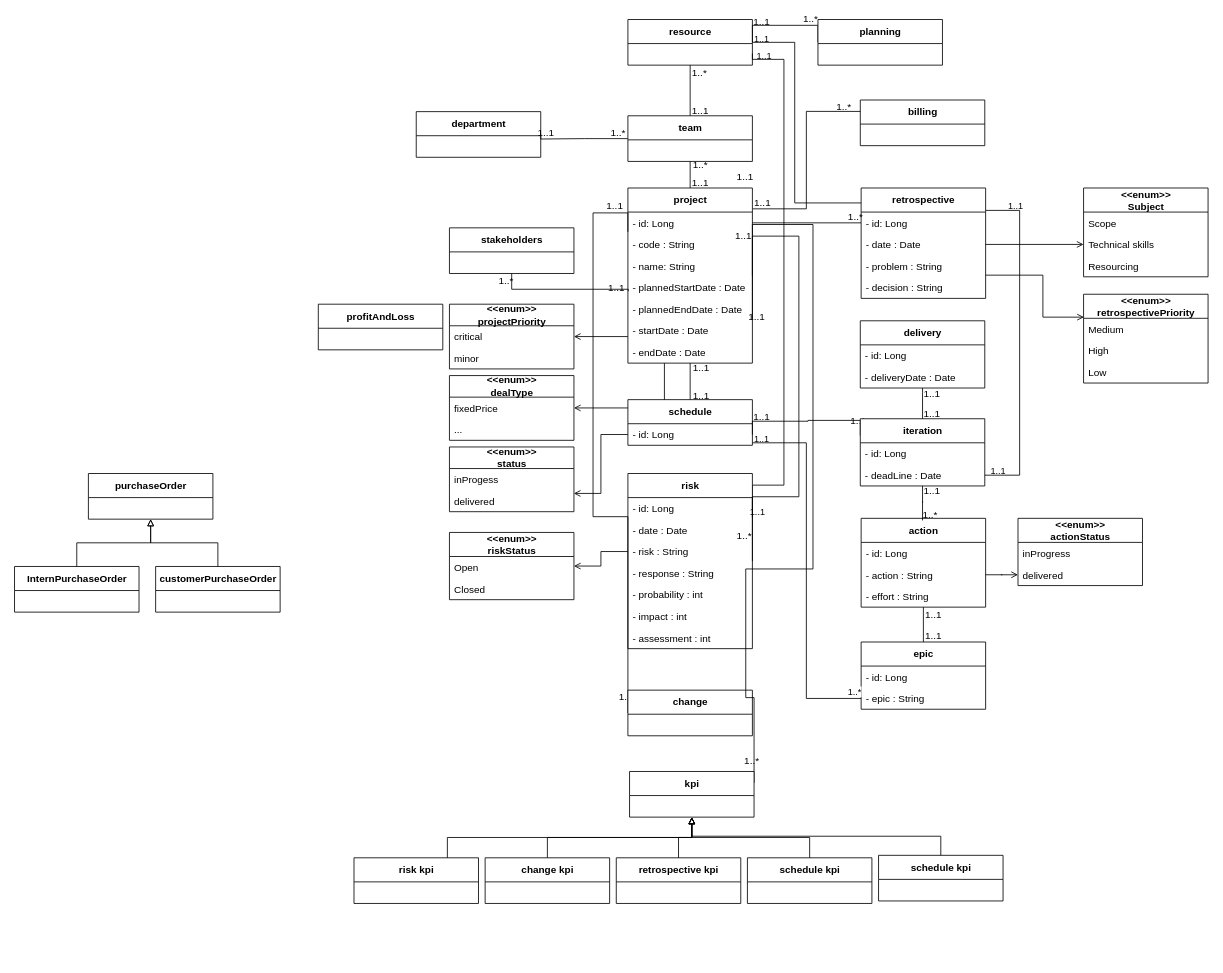
Before: Domain Class Diagram.drawio in ZidiMedAmine/UML, a draw.io diagram. Source tidied: cells renumbered, new cells numbered last; positions are measured from the earlier drawing's top-left corner, leaving out a move shared by most shapes. Both pictures are drawn from the tidied source at 83%, with x=0, y=0 at pixel (14, 19).
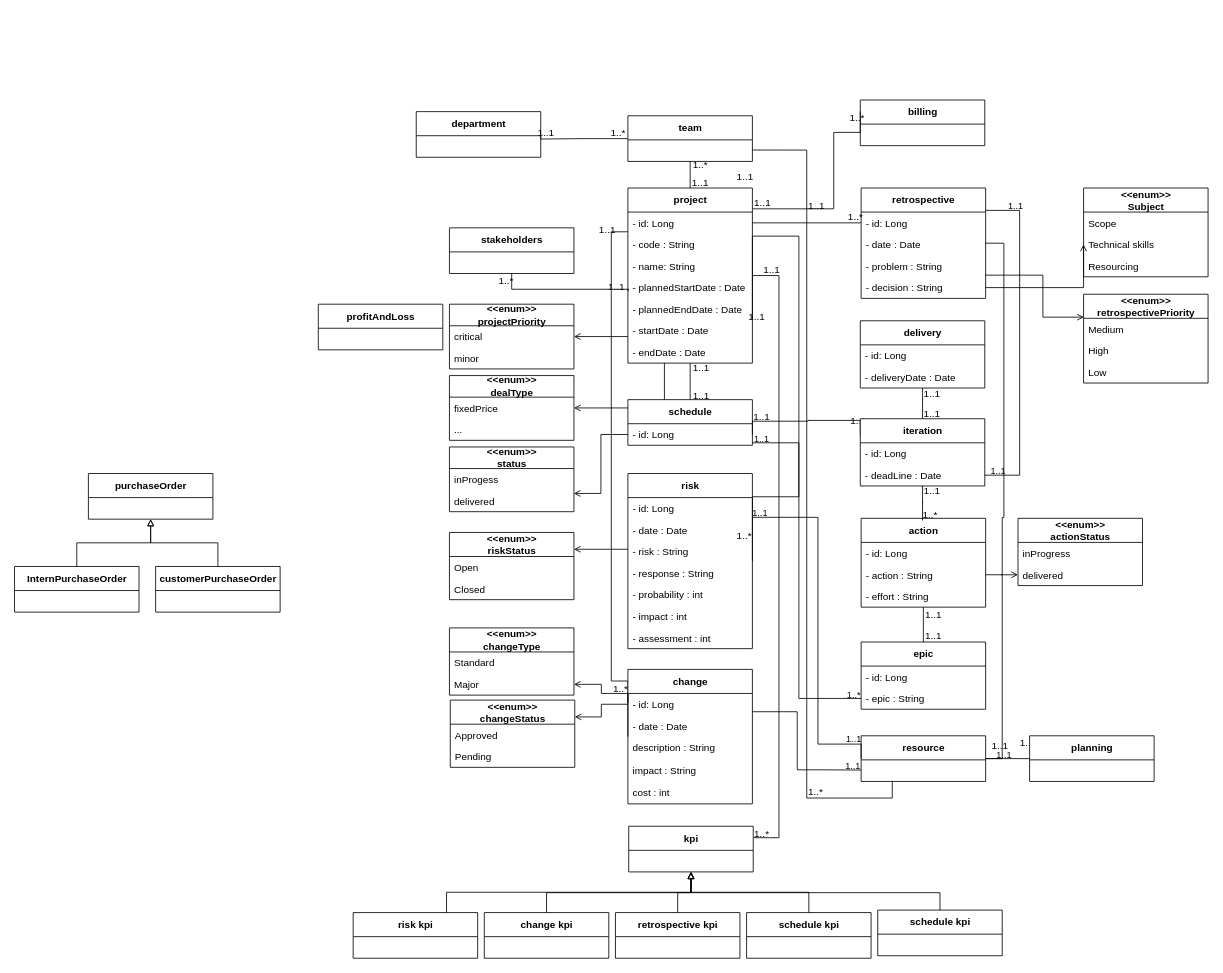
The same page after the edit.

Unchanged cells that the change refers to:
```xml
<mxCell id="4" value="project" style="swimlane;fontStyle=1;align=center;verticalAlign=middle;horizontal=1;startSize=29;html=1;fontSize=12;labelPosition=center;verticalLabelPosition=middle;strokeColor=default;swimlaneLine=1;rounded=0;shadow=0;glass=0;sketch=0;perimeterSpacing=0;" parent="1" vertex="1">
  <mxGeometry x="739" y="203" width="150" height="211" as="geometry" />
</mxCell>
<mxCell id="20" value="team" style="swimlane;fontStyle=1;align=center;verticalAlign=middle;horizontal=1;startSize=29;html=1;fontSize=12;labelPosition=center;verticalLabelPosition=middle;" parent="1" vertex="1">
  <mxGeometry x="739" y="116" width="150" height="55" as="geometry" />
</mxCell>
<mxCell id="29" value="- id: Long" style="text;strokeColor=none;fillColor=none;align=left;verticalAlign=top;spacingLeft=4;spacingRight=4;overflow=hidden;points=[[0,0.5],[1,0.5]];portConstraint=eastwest;" parent="28" vertex="1">
  <mxGeometry y="29" width="150" height="26" as="geometry" />
</mxCell>
<mxCell id="33" value="&lt;span style=&quot;font-size: 12px&quot;&gt;risk&lt;/span&gt;" style="swimlane;fontStyle=1;align=center;verticalAlign=middle;horizontal=1;startSize=29;html=1;shadow=0;fontSize=12;labelPosition=center;verticalLabelPosition=middle;" parent="1" vertex="1">
  <mxGeometry x="739" y="547" width="150" height="211" as="geometry" />
</mxCell>
<mxCell id="36" value="- risk : String" style="text;strokeColor=none;fillColor=none;align=left;verticalAlign=top;spacingLeft=4;spacingRight=4;overflow=hidden;points=[[0,0.5],[1,0.5]];portConstraint=eastwest;" parent="33" vertex="1">
  <mxGeometry y="81" width="150" height="26" as="geometry" />
</mxCell>
<mxCell id="57" value="&lt;span style=&quot;font-size: 12px;&quot;&gt;retrospective&lt;/span&gt;" style="swimlane;fontStyle=1;align=center;verticalAlign=middle;horizontal=1;startSize=29;html=1;shadow=0;fontSize=12;labelPosition=center;verticalLabelPosition=middle;" parent="1" vertex="1">
  <mxGeometry x="1020" y="203" width="150" height="133" as="geometry" />
</mxCell>
<mxCell id="59" value="- date : Date" style="text;strokeColor=none;fillColor=none;align=left;verticalAlign=top;spacingLeft=4;spacingRight=4;overflow=hidden;points=[[0,0.5],[1,0.5]];portConstraint=eastwest;" parent="57" vertex="1">
  <mxGeometry y="55" width="150" height="26" as="geometry" />
</mxCell>
<mxCell id="61" value="- decision : String" style="text;strokeColor=none;fillColor=none;align=left;verticalAlign=top;spacingLeft=4;spacingRight=4;overflow=hidden;points=[[0,0.5],[1,0.5]];portConstraint=eastwest;" parent="57" vertex="1">
  <mxGeometry y="107" width="150" height="26" as="geometry" />
</mxCell>
<mxCell id="66" value="billing" style="swimlane;fontStyle=1;align=center;verticalAlign=middle;horizontal=1;startSize=29;html=1;fontSize=12;labelPosition=center;verticalLabelPosition=middle;" parent="1" vertex="1">
  <mxGeometry x="1019" y="97" width="150" height="55" as="geometry" />
</mxCell>
<mxCell id="92" value="- epic : String" style="text;strokeColor=none;fillColor=none;align=left;verticalAlign=top;spacingLeft=4;spacingRight=4;overflow=hidden;points=[[0,0.5],[1,0.5]];portConstraint=eastwest;" parent="90" vertex="1">
  <mxGeometry y="55" width="150" height="26" as="geometry" />
</mxCell>
<mxCell id="125" value="Technical skills" style="text;strokeColor=none;fillColor=none;align=left;verticalAlign=top;spacingLeft=4;spacingRight=4;overflow=hidden;points=[[0,0.5],[1,0.5]];portConstraint=eastwest;" parent="123" vertex="1">
  <mxGeometry y="55" width="150" height="26" as="geometry" />
</mxCell>
<mxCell id="134" value="kpi" style="swimlane;fontStyle=1;align=center;verticalAlign=middle;horizontal=1;startSize=29;html=1;fontSize=12;labelPosition=center;verticalLabelPosition=middle;" parent="133" vertex="1">
  <mxGeometry x="332" width="150" height="55" as="geometry" />
</mxCell>
<mxCell id="136" value="change kpi" style="swimlane;fontStyle=1;align=center;verticalAlign=middle;horizontal=1;startSize=29;html=1;fontSize=12;labelPosition=center;verticalLabelPosition=middle;" parent="133" vertex="1">
  <mxGeometry x="158" y="104" width="150" height="55" as="geometry" />
</mxCell>
<mxCell id="137" value="retrospective kpi" style="swimlane;fontStyle=1;align=center;verticalAlign=middle;horizontal=1;startSize=29;html=1;fontSize=12;labelPosition=center;verticalLabelPosition=middle;" parent="133" vertex="1">
  <mxGeometry x="316" y="104" width="150" height="55" as="geometry" />
</mxCell>
<mxCell id="139" value="schedule kpi" style="swimlane;fontStyle=1;align=center;verticalAlign=middle;horizontal=1;startSize=29;html=1;fontSize=12;labelPosition=center;verticalLabelPosition=middle;" parent="133" vertex="1">
  <mxGeometry x="632" y="101" width="150" height="55" as="geometry" />
</mxCell>
<mxCell id="145" value="&lt;span style=&quot;font-size: 12px&quot;&gt;&amp;lt;&amp;lt;enum&amp;gt;&amp;gt;&lt;br&gt;riskStatus&lt;br&gt;&lt;/span&gt;" style="swimlane;fontStyle=1;align=center;verticalAlign=middle;horizontal=1;startSize=29;html=1;shadow=0;fontSize=12;labelPosition=center;verticalLabelPosition=middle;" parent="1" vertex="1">
  <mxGeometry x="524" y="618" width="150" height="81" as="geometry" />
</mxCell>
```

The edit, as a diff of the source:
```diff
@@
     <mxCell id="13" value="resource" style="swimlane;fontStyle=1;align=center;verticalAlign=middle;horizontal=1;startSize=29;html=1;fontSize=12;labelPosition=center;verticalLabelPosition=middle;" parent="1" vertex="1">
-      <mxGeometry x="739" width="150" height="55" as="geometry" />
+      <mxGeometry x="1020" y="863" width="150" height="55" as="geometry" />
     </mxCell>
@@
-    <mxCell id="21" style="edgeStyle=orthogonalEdgeStyle;shape=connector;rounded=0;jettySize=auto;html=1;exitX=0.5;exitY=1;exitDx=0;exitDy=0;entryX=0.5;entryY=0;entryDx=0;entryDy=0;labelBackgroundColor=default;fontFamily=Helvetica;fontSize=12;fontColor=default;endArrow=none;endFill=0;strokeColor=default;align=center;labelPosition=center;verticalLabelPosition=middle;verticalAlign=middle;" parent="1" edge="1" source="13" target="20">
+    <mxCell id="21" style="edgeStyle=orthogonalEdgeStyle;shape=connector;rounded=0;jettySize=auto;html=1;exitX=0.25;exitY=1;exitDx=0;exitDy=0;labelBackgroundColor=default;fontFamily=Helvetica;fontSize=12;fontColor=default;endArrow=none;endFill=0;strokeColor=default;align=center;labelPosition=center;verticalLabelPosition=middle;verticalAlign=middle;entryX=1;entryY=0.75;entryDx=0;entryDy=0;" parent="1" edge="1" source="13" target="20">
       <mxGeometry relative="1" as="geometry" />
     </mxCell>
@@
-    <mxCell id="30" style="edgeStyle=orthogonalEdgeStyle;rounded=0;jettySize=auto;html=1;exitX=1;exitY=0.25;exitDx=0;exitDy=0;endArrow=none;endFill=0;" parent="1" edge="1" source="33">
+    <mxCell id="30" style="edgeStyle=orthogonalEdgeStyle;rounded=0;jettySize=auto;html=1;exitX=1;exitY=0.25;exitDx=0;exitDy=0;endArrow=none;endFill=0;entryX=0;entryY=0.5;entryDx=0;entryDy=0;" parent="1" edge="1" source="33" target="13">
       <mxGeometry relative="1" as="geometry">
-        <mxPoint x="889" y="41" as="targetPoint" />
         <Array as="points">
-          <mxPoint x="927" y="561" />
-          <mxPoint x="927" y="48" />
-          <mxPoint x="889" y="48" />
+          <mxPoint x="968" y="600" />
+          <mxPoint x="968" y="873" />
+          <mxPoint x="1020" y="873" />
         </Array>
       </mxGeometry>
     </mxCell>
     <mxCell id="31" value="1..1" style="edgeLabel;html=1;align=center;verticalAlign=middle;labelBackgroundColor=none;" parent="30" vertex="1">
       <mxGeometry x="0.95" relative="1" as="geometry">
-        <mxPoint x="5" y="-5" as="offset" />
+        <mxPoint x="-10" y="-13" as="offset" />
       </mxGeometry>
     </mxCell>
@@
-    <mxCell id="44" style="edgeStyle=orthogonalEdgeStyle;shape=connector;rounded=0;jettySize=auto;html=1;exitX=0;exitY=0.5;exitDx=0;exitDy=0;entryX=0;entryY=0.25;entryDx=0;entryDy=0;labelBackgroundColor=default;fontFamily=Helvetica;fontSize=12;fontColor=default;endArrow=none;endFill=0;strokeColor=default;align=center;labelPosition=center;verticalLabelPosition=middle;verticalAlign=middle;" parent="1" edge="1" source="47" target="4">
+    <mxCell id="44" style="edgeStyle=orthogonalEdgeStyle;shape=connector;rounded=0;jettySize=auto;html=1;exitX=0;exitY=0.25;exitDx=0;exitDy=0;entryX=0;entryY=0.25;entryDx=0;entryDy=0;labelBackgroundColor=default;fontFamily=Helvetica;fontSize=12;fontColor=default;endArrow=none;endFill=0;strokeColor=default;align=center;labelPosition=center;verticalLabelPosition=middle;verticalAlign=middle;" parent="1" edge="1" source="47" target="4">
       <mxGeometry relative="1" as="geometry">
         <Array as="points">
-          <mxPoint x="739" y="599" />
-          <mxPoint x="697" y="599" />
-          <mxPoint x="697" y="233" />
-          <mxPoint x="739" y="233" />
+          <mxPoint x="719" y="797" />
+          <mxPoint x="719" y="256" />
         </Array>
       </mxGeometry>
     </mxCell>
@@
     <mxCell id="46" value="1..*" style="edgeLabel;html=1;align=center;verticalAlign=middle;fontSize=12;fontFamily=Helvetica;fontColor=default;labelPosition=center;verticalLabelPosition=middle;labelBackgroundColor=none;" parent="44" vertex="1">
       <mxGeometry x="-0.96" y="-1" relative="1" as="geometry">
-        <mxPoint x="-4" y="-6" as="offset" />
+        <mxPoint x="-11" y="-5" as="offset" />
       </mxGeometry>
     </mxCell>
+    <mxCell id="150" style="edgeStyle=orthogonalEdgeStyle;rounded=0;jettySize=auto;html=1;exitX=0;exitY=0.5;exitDx=0;exitDy=0;entryX=1;entryY=0.5;entryDx=0;entryDy=0;endArrow=open;endFill=0;" parent="1" edge="1" source="47" target="159">
+      <mxGeometry relative="1" as="geometry">
+        <Array as="points">
+          <mxPoint x="739" y="812" />
+          <mxPoint x="707" y="812" />
+          <mxPoint x="707" y="801" />
+        </Array>
+      </mxGeometry>
+    </mxCell>
+    <mxCell id="151" style="edgeStyle=orthogonalEdgeStyle;rounded=0;jettySize=auto;html=1;entryX=1;entryY=0.25;entryDx=0;entryDy=0;endArrow=open;endFill=0;exitX=0;exitY=0.5;exitDx=0;exitDy=0;" parent="1" edge="1" source="152" target="160">
+      <mxGeometry relative="1" as="geometry">
+        <Array as="points">
+          <mxPoint x="707" y="825" />
+          <mxPoint x="707" y="841" />
+          <mxPoint x="675" y="841" />
+        </Array>
+      </mxGeometry>
+    </mxCell>
     <mxCell id="47" value="&lt;span style=&quot;font-size: 12px&quot;&gt;change&lt;/span&gt;" style="swimlane;fontStyle=1;align=center;verticalAlign=middle;horizontal=1;startSize=29;html=1;shadow=0;fontSize=12;labelPosition=center;verticalLabelPosition=middle;" parent="1" vertex="1">
-      <mxGeometry x="739" y="808" width="150" height="55" as="geometry" />
+      <mxGeometry x="739" y="783" width="150" height="162" as="geometry" />
     </mxCell>
+    <mxCell id="152" value="- id: Long" style="text;strokeColor=none;fillColor=none;align=left;verticalAlign=top;spacingLeft=4;spacingRight=4;overflow=hidden;points=[[0,0.5],[1,0.5]];portConstraint=eastwest;" parent="47" vertex="1">
+      <mxGeometry y="29" width="150" height="26" as="geometry" />
+    </mxCell>
+    <mxCell id="153" value="- date : Date" style="text;strokeColor=none;fillColor=none;align=left;verticalAlign=top;spacingLeft=4;spacingRight=4;overflow=hidden;" parent="47" vertex="1">
+      <mxGeometry y="55" width="150" height="26" as="geometry" />
+    </mxCell>
+    <mxCell id="154" value="description : String " style="text;strokeColor=none;fillColor=none;align=left;verticalAlign=top;spacingLeft=4;spacingRight=4;overflow=hidden;" parent="47" vertex="1">
+      <mxGeometry y="81" width="150" height="27" as="geometry" />
+    </mxCell>
+    <mxCell id="155" value="impact : String" style="text;strokeColor=none;fillColor=none;align=left;verticalAlign=top;spacingLeft=4;spacingRight=4;overflow=hidden;" parent="47" vertex="1">
+      <mxGeometry y="108" width="150" height="27" as="geometry" />
+    </mxCell>
+    <mxCell id="156" value="cost : int" style="text;strokeColor=none;fillColor=none;align=left;verticalAlign=top;spacingLeft=4;spacingRight=4;overflow=hidden;" parent="47" vertex="1">
+      <mxGeometry y="135" width="150" height="27" as="geometry" />
+    </mxCell>
@@
     <mxCell id="54" style="edgeStyle=orthogonalEdgeStyle;rounded=0;jettySize=auto;html=1;entryX=1;entryY=0.5;entryDx=0;entryDy=0;endArrow=none;endFill=0;" parent="1" edge="1" source="57" target="13">
       <mxGeometry relative="1" as="geometry">
         <Array as="points">
-          <mxPoint x="940" y="221" />
-          <mxPoint x="940" y="27" />
-          <mxPoint x="889" y="27" />
+          <mxPoint x="1192" y="270" />
+          <mxPoint x="1192" y="600" />
+          <mxPoint x="1190" y="600" />
+          <mxPoint x="1190" y="891" />
         </Array>
       </mxGeometry>
     </mxCell>
@@
     <mxCell id="62" style="edgeStyle=orthogonalEdgeStyle;shape=connector;rounded=0;jettySize=auto;html=1;exitX=0;exitY=0.5;exitDx=0;exitDy=0;labelBackgroundColor=default;fontFamily=Helvetica;fontSize=12;fontColor=default;endArrow=none;endFill=0;strokeColor=default;align=center;labelPosition=center;verticalLabelPosition=middle;verticalAlign=middle;entryX=1;entryY=0.5;entryDx=0;entryDy=0;" parent="1" edge="1" source="65" target="13">
       <mxGeometry relative="1" as="geometry">
         <Array as="points">
-          <mxPoint x="968" y="7" />
-          <mxPoint x="889" y="7" />
+          <mxPoint x="1234" y="891" />
+          <mxPoint x="1234" y="891" />
         </Array>
       </mxGeometry>
     </mxCell>
@@
     <mxCell id="65" value="planning" style="swimlane;fontStyle=1;align=center;verticalAlign=middle;horizontal=1;startSize=29;html=1;fontSize=12;labelPosition=center;verticalLabelPosition=middle;" parent="1" vertex="1">
-      <mxGeometry x="968" width="150" height="55" as="geometry" />
+      <mxGeometry x="1223" y="863" width="150" height="55" as="geometry" />
     </mxCell>
@@
     <mxCell id="67" style="edgeStyle=orthogonalEdgeStyle;shape=connector;sketch=0;jettySize=auto;html=1;exitX=1.004;exitY=0.119;exitDx=0;exitDy=0;entryX=0;entryY=0.25;entryDx=0;entryDy=0;shadow=0;labelBackgroundColor=default;fontFamily=Helvetica;fontSize=12;fontColor=default;startArrow=none;startFill=0;endArrow=none;endFill=0;strokeColor=default;exitPerimeter=0;rounded=0;" parent="1" edge="1" source="4" target="66">
-      <mxGeometry relative="1" as="geometry" />
+      <mxGeometry relative="1" as="geometry">
+        <Array as="points">
+          <mxPoint x="987" y="228" />
+          <mxPoint x="987" y="136" />
+          <mxPoint x="1019" y="136" />
+        </Array>
+      </mxGeometry>
     </mxCell>
@@
     <mxCell id="99" style="edgeStyle=orthogonalEdgeStyle;shape=connector;rounded=0;sketch=0;jettySize=auto;html=1;exitX=1;exitY=0.5;exitDx=0;exitDy=0;entryX=1;entryY=0.25;entryDx=0;entryDy=0;shadow=0;labelBackgroundColor=default;fontFamily=Helvetica;fontSize=12;fontColor=default;startArrow=none;startFill=0;endArrow=none;endFill=0;strokeColor=#000000;" parent="1" edge="1" source="4" target="134">
       <mxGeometry relative="1" as="geometry">
         <Array as="points">
-          <mxPoint x="889" y="247" />
-          <mxPoint x="962" y="247" />
-          <mxPoint x="962" y="662" />
-          <mxPoint x="881" y="662" />
-          <mxPoint x="881" y="817" />
+          <mxPoint x="921" y="309" />
+          <mxPoint x="921" y="986" />
         </Array>
       </mxGeometry>
     </mxCell>
@@
     <mxCell id="101" value="1..*" style="edgeLabel;html=1;align=center;verticalAlign=middle;fontSize=12;fontFamily=Helvetica;fontColor=default;labelBackgroundColor=none;" parent="99" vertex="1">
       <mxGeometry x="0.95" y="-2" relative="1" as="geometry">
-        <mxPoint x="-2" y="-5" as="offset" />
+        <mxPoint x="-9" y="-3" as="offset" />
       </mxGeometry>
     </mxCell>
@@
     <mxCell id="120" style="edgeStyle=orthogonalEdgeStyle;rounded=0;jettySize=auto;html=1;endArrow=none;endFill=0;" parent="1" edge="1" source="29" target="92">
       <mxGeometry relative="1" as="geometry">
         <Array as="points">
-          <mxPoint x="954" y="510" />
-          <mxPoint x="954" y="818" />
+          <mxPoint x="945" y="510" />
+          <mxPoint x="945" y="818" />
         </Array>
       </mxGeometry>
     </mxCell>
-    <mxCell id="121" value="1..*" style="edgeLabel;html=1;align=center;verticalAlign=middle;" parent="120" vertex="1">
+    <mxCell id="121" value="1..*" style="edgeLabel;html=1;align=center;verticalAlign=middle;labelBackgroundColor=none;" parent="120" vertex="1">
       <mxGeometry x="0.96" y="-2" relative="1" as="geometry">
-        <mxPoint y="-11" as="offset" />
+        <mxPoint x="-1" y="-7" as="offset" />
       </mxGeometry>
     </mxCell>
@@
-    <mxCell id="127" style="edgeStyle=orthogonalEdgeStyle;rounded=0;jettySize=auto;html=1;entryX=0;entryY=0.5;entryDx=0;entryDy=0;endArrow=open;endFill=0;" parent="1" edge="1" source="59" target="125">
-      <mxGeometry relative="1" as="geometry" />
+    <mxCell id="127" style="edgeStyle=orthogonalEdgeStyle;rounded=0;jettySize=auto;html=1;entryX=0;entryY=0.5;entryDx=0;entryDy=0;endArrow=open;endFill=0;exitX=1;exitY=0.5;exitDx=0;exitDy=0;" parent="1" edge="1" source="61" target="125">
+      <mxGeometry relative="1" as="geometry">
+        <Array as="points">
+          <mxPoint x="1288" y="323" />
+        </Array>
+      </mxGeometry>
     </mxCell>
@@
     <mxCell id="133" style="group;" parent="1" vertex="1">
-      <mxGeometry x="409" y="906" width="782" height="159" as="geometry" />
+      <mxGeometry x="408" y="972" width="782" height="159" as="geometry" />
     </mxCell>
@@
     <mxCell id="141" style="edgeStyle=orthogonalEdgeStyle;shape=connector;rounded=0;sketch=0;jumpStyle=none;jettySize=auto;html=1;exitX=0.5;exitY=0;exitDx=0;exitDy=0;entryX=0.5;entryY=1;entryDx=0;entryDy=0;shadow=0;labelBackgroundColor=default;fontFamily=Helvetica;fontSize=12;fontColor=default;startArrow=none;startFill=0;endArrow=block;endFill=0;strokeColor=default;" parent="133" edge="1" source="136" target="134">
-      <mxGeometry relative="1" as="geometry" />
+      <mxGeometry relative="1" as="geometry">
+        <Array as="points">
+          <mxPoint x="233" y="80" />
+          <mxPoint x="407" y="80" />
+        </Array>
+      </mxGeometry>
     </mxCell>
     <mxCell id="142" style="edgeStyle=orthogonalEdgeStyle;shape=connector;rounded=0;sketch=0;jumpStyle=none;jettySize=auto;html=1;exitX=0.5;exitY=0;exitDx=0;exitDy=0;shadow=0;labelBackgroundColor=default;fontFamily=Helvetica;fontSize=12;fontColor=default;startArrow=none;startFill=0;endArrow=block;endFill=0;strokeColor=default;entryX=0.5;entryY=1;entryDx=0;entryDy=0;" parent="133" edge="1" source="137" target="134">
-      <mxGeometry relative="1" as="geometry" />
+      <mxGeometry relative="1" as="geometry">
+        <Array as="points">
+          <mxPoint x="391" y="80" />
+          <mxPoint x="407" y="80" />
+        </Array>
+      </mxGeometry>
     </mxCell>
@@
     <mxCell id="144" style="edgeStyle=orthogonalEdgeStyle;rounded=0;jettySize=auto;html=1;exitX=0.5;exitY=0;exitDx=0;exitDy=0;endArrow=block;endFill=0;entryX=0.5;entryY=1;entryDx=0;entryDy=0;" parent="133" edge="1" source="139" target="134">
-      <mxGeometry relative="1" as="geometry" />
+      <mxGeometry relative="1" as="geometry">
+        <Array as="points">
+          <mxPoint x="707" y="80" />
+          <mxPoint x="407" y="80" />
+        </Array>
+      </mxGeometry>
     </mxCell>
@@
-    <mxCell id="149" style="edgeStyle=orthogonalEdgeStyle;rounded=0;jettySize=auto;html=1;endArrow=open;endFill=0;" parent="1" edge="1" source="36" target="145">
-      <mxGeometry relative="1" as="geometry" />
+    <mxCell id="149" style="edgeStyle=orthogonalEdgeStyle;rounded=0;jettySize=auto;html=1;endArrow=open;endFill=0;entryX=1;entryY=0.25;entryDx=0;entryDy=0;" parent="1" edge="1" source="36" target="145">
+      <mxGeometry relative="1" as="geometry">
+        <Array as="points">
+          <mxPoint x="674" y="638" />
+        </Array>
+      </mxGeometry>
     </mxCell>
+    <mxCell id="157" value="&lt;span style=&quot;font-size: 12px&quot;&gt;&amp;lt;&amp;lt;enum&amp;gt;&amp;gt;&lt;br&gt;changeType&lt;br&gt;&lt;/span&gt;" style="swimlane;fontStyle=1;align=center;verticalAlign=middle;horizontal=1;startSize=29;html=1;shadow=0;fontSize=12;labelPosition=center;verticalLabelPosition=middle;" parent="1" vertex="1">
+      <mxGeometry x="524" y="733" width="150" height="81" as="geometry" />
+    </mxCell>
+    <mxCell id="158" value="Standard" style="text;strokeColor=none;fillColor=none;align=left;verticalAlign=top;spacingLeft=4;spacingRight=4;overflow=hidden;" parent="157" vertex="1">
+      <mxGeometry y="29" width="150" height="26" as="geometry" />
+    </mxCell>
+    <mxCell id="159" value="Major" style="text;strokeColor=none;fillColor=none;align=left;verticalAlign=top;spacingLeft=4;spacingRight=4;overflow=hidden;points=[[0,0.5],[1,0.5]];portConstraint=eastwest;" parent="157" vertex="1">
+      <mxGeometry y="55" width="150" height="26" as="geometry" />
+    </mxCell>
+    <mxCell id="160" value="&lt;span style=&quot;font-size: 12px&quot;&gt;&amp;lt;&amp;lt;enum&amp;gt;&amp;gt;&lt;br&gt;changeStatus&lt;br&gt;&lt;/span&gt;" style="swimlane;fontStyle=1;align=center;verticalAlign=middle;horizontal=1;startSize=29;html=1;shadow=0;fontSize=12;labelPosition=center;verticalLabelPosition=middle;" parent="1" vertex="1">
+      <mxGeometry x="525" y="820" width="150" height="81" as="geometry" />
+    </mxCell>
+    <mxCell id="161" value="Approved" style="text;strokeColor=none;fillColor=none;align=left;verticalAlign=top;spacingLeft=4;spacingRight=4;overflow=hidden;" parent="160" vertex="1">
+      <mxGeometry y="29" width="150" height="26" as="geometry" />
+    </mxCell>
+    <mxCell id="162" value="Pending" style="text;strokeColor=none;fillColor=none;align=left;verticalAlign=top;spacingLeft=4;spacingRight=4;overflow=hidden;" parent="160" vertex="1">
+      <mxGeometry y="55" width="150" height="26" as="geometry" />
+    </mxCell>
+    <mxCell id="163" style="edgeStyle=orthogonalEdgeStyle;rounded=0;jettySize=auto;html=1;entryX=0;entryY=0.75;entryDx=0;entryDy=0;endArrow=none;endFill=0;" parent="1" edge="1" source="152" target="13">
+      <mxGeometry relative="1" as="geometry">
+        <Array as="points">
+          <mxPoint x="943" y="834" />
+          <mxPoint x="943" y="904" />
+          <mxPoint x="971" y="904" />
+        </Array>
+      </mxGeometry>
+    </mxCell>
+    <mxCell id="164" value="1..1" style="edgeLabel;html=1;align=center;verticalAlign=middle;labelBackgroundColor=none;" parent="163" vertex="1">
+      <mxGeometry x="0.94" relative="1" as="geometry">
+        <mxPoint x="-4" y="-5" as="offset" />
+      </mxGeometry>
+    </mxCell>
```
